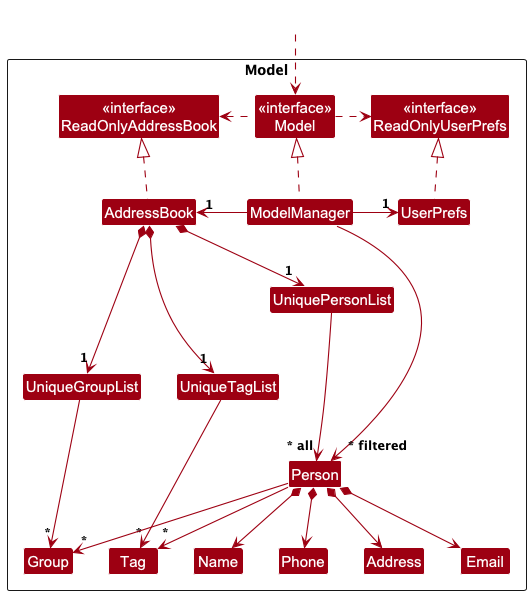
The PlantUML diagram docs/images/ModelClassDiagram.png in mengshuos/tp, before a commit.
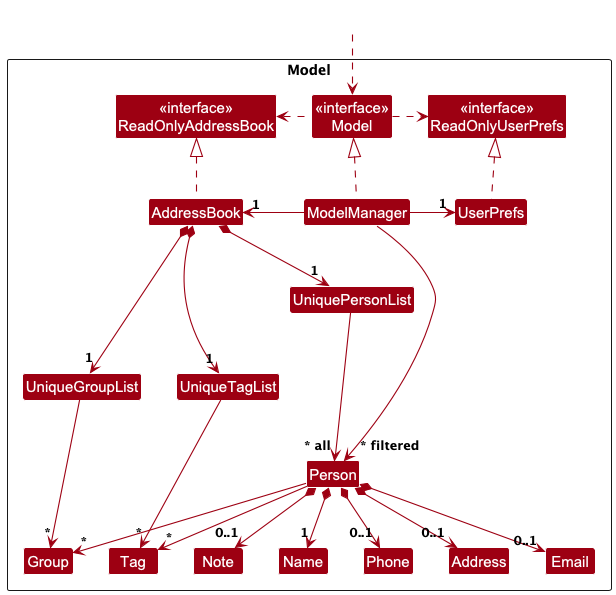
Above is the later version.

Commit message:
Update to include Note

What changed in the source:
```diff
@@ -19,6 +19,7 @@
 Class Name
 Class Phone
 Class Tag
+Class Note
 
 Class UniqueGroupList
 Class UniqueTagList
@@ -47,12 +48,13 @@
 UniqueTagList --> "*" Tag
 UniqueGroupList --> "*" Group
 
-Person *--> Name
-Person *--> Phone
-Person *--> Email
-Person *--> Address
+Person *--> "1" Name
+Person *--> "0..1" Phone
+Person *--> "0..1"Email
+Person *--> "0..1" Address
 Person --> "*" Tag
 Person --> "*" Group
+Person *--> "0..1" Note
 
 Person -[hidden]up--> I
 UniquePersonList -[hidden]right-> I
```
